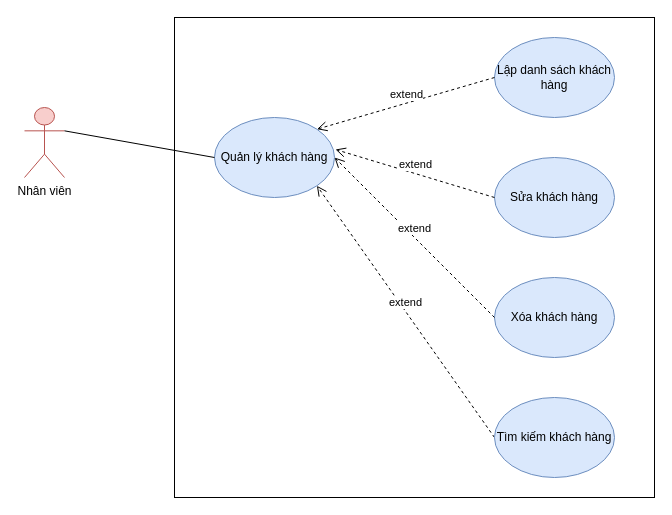
The draw.io diagram document/usecase/ql_khachhang_usecase.drawio in TikTzuki/tourism-application, before the edit. Source tidied: cells renumbered, new cells numbered last; positions are measured from the earlier drawing's top-left corner, leaving out a move shared by most shapes. Both pictures are drawn from the tidied source at 100%, with x=0, y=0 at pixel (24, 17).
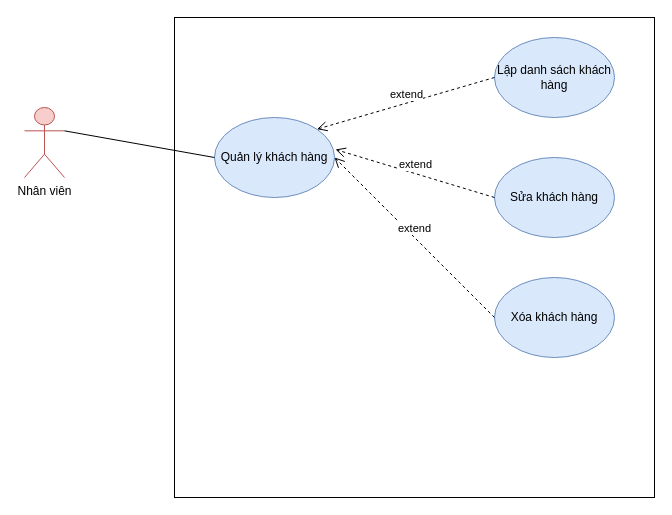
Above is the later version.

Diff of the diagram source:
```diff
@@
 <mxGraphModel>
   <root>
     <mxCell id="0" />
     <mxCell id="1" parent="0" />
     <mxCell id="2" style="rounded=0;whiteSpace=wrap;html=1;" parent="1" vertex="1">
       <mxGeometry x="150" width="480" height="480" as="geometry" />
     </mxCell>
     <mxCell id="3" value="Nhân viên" style="shape=umlActor;verticalLabelPosition=bottom;verticalAlign=top;html=1;outlineConnect=0;fillColor=#f8cecc;strokeColor=#b85450;" parent="1" vertex="1">
       <mxGeometry y="90" width="40" height="70" as="geometry" />
     </mxCell>
     <mxCell id="4" value="Quản lý khách hàng" style="ellipse;whiteSpace=wrap;html=1;fillColor=#dae8fc;strokeColor=#6c8ebf;" parent="1" vertex="1">
       <mxGeometry x="190" y="100" width="120" height="80" as="geometry" />
     </mxCell>
     <mxCell id="5" value="Lập danh sách khách hàng" style="ellipse;whiteSpace=wrap;html=1;fillColor=#dae8fc;strokeColor=#6c8ebf;" parent="1" vertex="1">
       <mxGeometry x="470" y="20" width="120" height="80" as="geometry" />
     </mxCell>
-    <mxCell id="6" value="extend" style="html=1;verticalAlign=bottom;endArrow=open;dashed=1;endSize=8;exitX=0;exitY=0.5;exitDx=0;exitDy=0;entryX=1;entryY=1;entryDx=0;entryDy=0;" parent="1" edge="1" source="9" target="4">
-      <mxGeometry relative="1" as="geometry" />
-    </mxCell>
     <mxCell id="7" value="Sửa khách hàng" style="ellipse;whiteSpace=wrap;html=1;fillColor=#dae8fc;strokeColor=#6c8ebf;" parent="1" vertex="1">
       <mxGeometry x="470" y="140" width="120" height="80" as="geometry" />
     </mxCell>
     <mxCell id="8" value="Xóa khách hàng" style="ellipse;whiteSpace=wrap;html=1;fillColor=#dae8fc;strokeColor=#6c8ebf;" parent="1" vertex="1">
       <mxGeometry x="470" y="260" width="120" height="80" as="geometry" />
     </mxCell>
-    <mxCell id="9" value="Tìm kiếm khách hàng" style="ellipse;whiteSpace=wrap;html=1;fillColor=#dae8fc;strokeColor=#6c8ebf;" parent="1" vertex="1">
-      <mxGeometry x="470" y="380" width="120" height="80" as="geometry" />
-    </mxCell>
     <mxCell id="10" value="extend" style="html=1;verticalAlign=bottom;endArrow=open;dashed=1;endSize=8;exitX=0;exitY=0.5;exitDx=0;exitDy=0;entryX=1;entryY=0.5;entryDx=0;entryDy=0;" parent="1" edge="1" source="8" target="4">
       <mxGeometry relative="1" as="geometry" />
     </mxCell>
     <mxCell id="11" value="extend" style="html=1;verticalAlign=bottom;endArrow=open;dashed=1;endSize=8;exitX=0;exitY=0.5;exitDx=0;exitDy=0;entryX=1;entryY=0;entryDx=0;entryDy=0;" parent="1" edge="1" source="5" target="4">
       <mxGeometry relative="1" as="geometry" />
     </mxCell>
     <mxCell id="12" value="extend" style="html=1;verticalAlign=bottom;endArrow=open;dashed=1;endSize=8;exitX=0;exitY=0.5;exitDx=0;exitDy=0;entryX=1.008;entryY=0.4;entryDx=0;entryDy=0;entryPerimeter=0;" parent="1" edge="1" source="7" target="4">
       <mxGeometry relative="1" as="geometry" />
     </mxCell>
     <mxCell id="13" style="endArrow=none;html=1;entryX=0;entryY=0.5;entryDx=0;entryDy=0;exitX=1;exitY=0.3333333333333333;exitDx=0;exitDy=0;exitPerimeter=0;" parent="1" edge="1" source="3" target="4">
       <mxGeometry relative="1" as="geometry" />
     </mxCell>
   </root>
 </mxGraphModel>
```
